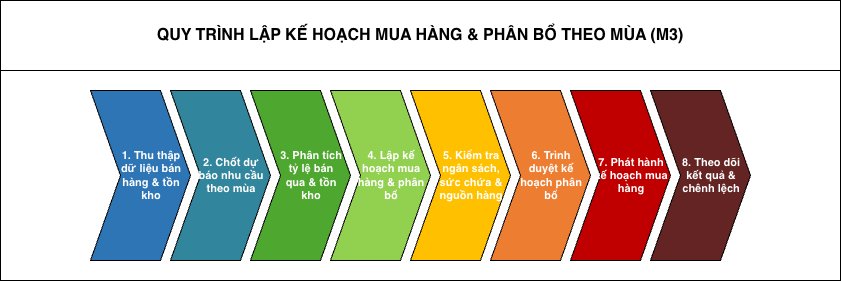
The draw.io diagram docs/workspaces/NguyenCongHung/svg/bpmn-chevron-m3.drawio.png in anthinh-io/bpm-acfc-vietnam-analysis, before a commit. Source tidied: cells renumbered, new cells last; positions are measured from the earlier drawing's top-left corner, leaving out a move shared by most shapes. The source it was exported from:
```xml
<mxGraphModel>
  <root>
    <mxCell id="0" />
    <mxCell id="1" parent="0" />
    <mxCell id="2" value="QUY TRÌNH LẬP KẾ HOẠCH MUA HÀNG &amp; PHÂN BỔ THEO MÙA (M3)" style="rounded=0;whiteSpace=wrap;html=1;align=center;verticalAlign=middle;fontSize=16;fontStyle=1;fontColor=#000000;" parent="1" vertex="1">
      <mxGeometry width="840" height="70" as="geometry" />
    </mxCell>
    <mxCell id="3" style="rounded=0;whiteSpace=wrap;html=1;" parent="1" vertex="1">
      <mxGeometry y="70" width="840" height="210" as="geometry" />
    </mxCell>
    <mxCell id="4" value="1. Thu thập&lt;br&gt;dữ liệu bán&lt;br&gt;hàng &amp; tồn&lt;br&gt;kho" style="html=1;shadow=0;dashed=0;align=center;verticalAlign=middle;shape=mxgraph.arrows2.arrow;dy=0;dx=30;notch=30;whiteSpace=wrap;spacingLeft=22;fillColor=#2E75B6;strokeColor=#000000;fontColor=#ffffff;fontSize=11;fontStyle=1;" parent="1" vertex="1">
      <mxGeometry x="90" y="90" width="100" height="170" as="geometry" />
    </mxCell>
    <mxCell id="5" value="2. Chốt dự&lt;br&gt;báo nhu cầu&lt;br&gt;theo mùa" style="html=1;shadow=0;dashed=0;align=center;verticalAlign=middle;shape=mxgraph.arrows2.arrow;dy=0;dx=30;notch=30;whiteSpace=wrap;spacingLeft=22;fillColor=#31859C;strokeColor=#000000;fontColor=#ffffff;fontSize=11;fontStyle=1;" parent="1" vertex="1">
      <mxGeometry x="170" y="90" width="100" height="170" as="geometry" />
    </mxCell>
    <mxCell id="6" value="3. Phân tích&lt;br&gt;tỷ lệ bán&lt;br&gt;qua &amp; tồn&lt;br&gt;kho" style="html=1;shadow=0;dashed=0;align=center;verticalAlign=middle;shape=mxgraph.arrows2.arrow;dy=0;dx=30;notch=30;whiteSpace=wrap;spacingLeft=22;fillColor=#4EA72E;strokeColor=#000000;fontColor=#ffffff;fontSize=11;fontStyle=1;" parent="1" vertex="1">
      <mxGeometry x="250" y="90" width="100" height="170" as="geometry" />
    </mxCell>
    <mxCell id="7" value="4. Lập kế&lt;br&gt;hoạch mua&lt;br&gt;hàng &amp; phân&lt;br&gt;bổ" style="html=1;shadow=0;dashed=0;align=center;verticalAlign=middle;shape=mxgraph.arrows2.arrow;dy=0;dx=30;notch=30;whiteSpace=wrap;spacingLeft=22;fillColor=#92D050;strokeColor=#000000;fontColor=#ffffff;fontSize=11;fontStyle=1;" parent="1" vertex="1">
      <mxGeometry x="330" y="90" width="100" height="170" as="geometry" />
    </mxCell>
    <mxCell id="8" value="5. Kiểm tra&lt;br&gt;ngân sách,&lt;br&gt;sức chứa &amp;&lt;br&gt;nguồn hàng" style="html=1;shadow=0;dashed=0;align=center;verticalAlign=middle;shape=mxgraph.arrows2.arrow;dy=0;dx=30;notch=30;whiteSpace=wrap;spacingLeft=22;fillColor=#FFC000;strokeColor=#000000;fontColor=#ffffff;fontSize=11;fontStyle=1;" parent="1" vertex="1">
      <mxGeometry x="410" y="90" width="100" height="170" as="geometry" />
    </mxCell>
    <mxCell id="9" value="6. Trình&lt;br&gt;duyệt kế&lt;br&gt;hoạch phân&lt;br&gt;bổ" style="html=1;shadow=0;dashed=0;align=center;verticalAlign=middle;shape=mxgraph.arrows2.arrow;dy=0;dx=30;notch=30;whiteSpace=wrap;spacingLeft=22;fillColor=#ED7D31;strokeColor=#000000;fontColor=#ffffff;fontSize=11;fontStyle=1;" parent="1" vertex="1">
      <mxGeometry x="490" y="90" width="100" height="170" as="geometry" />
    </mxCell>
    <mxCell id="10" value="7. Phát hành&lt;br&gt;kế hoạch mua&lt;br&gt;hàng" style="html=1;shadow=0;dashed=0;align=center;verticalAlign=middle;shape=mxgraph.arrows2.arrow;dy=0;dx=30;notch=30;whiteSpace=wrap;spacingLeft=22;fillColor=#C00000;strokeColor=#000000;fontColor=#ffffff;fontSize=11;fontStyle=1;" parent="1" vertex="1">
      <mxGeometry x="570" y="90" width="100" height="170" as="geometry" />
    </mxCell>
    <mxCell id="11" value="8. Theo dõi&lt;br&gt;kết quả &amp;&lt;br&gt;chênh lệch" style="html=1;shadow=0;dashed=0;align=center;verticalAlign=middle;shape=mxgraph.arrows2.arrow;dy=0;dx=30;notch=30;whiteSpace=wrap;spacingLeft=22;fillColor=#632423;strokeColor=#000000;fontColor=#ffffff;fontSize=11;fontStyle=1;" parent="1" vertex="1">
      <mxGeometry x="650" y="90" width="100" height="170" as="geometry" />
    </mxCell>
  </root>
</mxGraphModel>
```
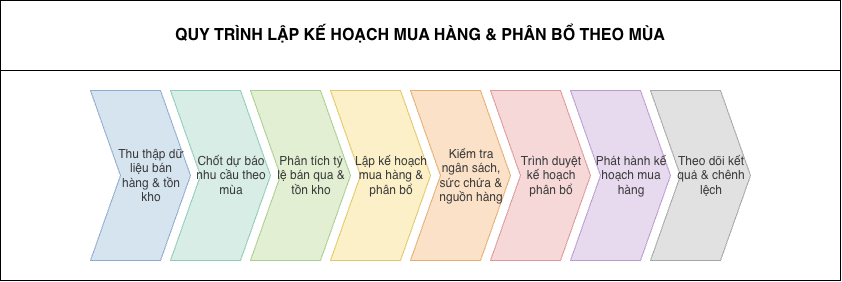
The same file after the commit.

Diff of the diagram source:
```diff
@@ -2,34 +2,34 @@
   <root>
     <mxCell id="0" />
     <mxCell id="1" parent="0" />
-    <mxCell id="2" value="QUY TRÌNH LẬP KẾ HOẠCH MUA HÀNG &amp; PHÂN BỔ THEO MÙA (M3)" style="rounded=0;whiteSpace=wrap;html=1;align=center;verticalAlign=middle;fontSize=16;fontStyle=1;fontColor=#000000;" parent="1" vertex="1">
+    <mxCell id="2" value="QUY TRÌNH LẬP KẾ HOẠCH MUA HÀNG &amp; PHÂN BỔ THEO MÙA" style="rounded=0;whiteSpace=wrap;html=1;align=center;verticalAlign=middle;fontSize=16;fontStyle=1;fontColor=#000000;" parent="1" vertex="1">
       <mxGeometry width="840" height="70" as="geometry" />
     </mxCell>
     <mxCell id="3" style="rounded=0;whiteSpace=wrap;html=1;" parent="1" vertex="1">
       <mxGeometry y="70" width="840" height="210" as="geometry" />
     </mxCell>
-    <mxCell id="4" value="1. Thu thập&lt;br&gt;dữ liệu bán&lt;br&gt;hàng &amp; tồn&lt;br&gt;kho" style="html=1;shadow=0;dashed=0;align=center;verticalAlign=middle;shape=mxgraph.arrows2.arrow;dy=0;dx=30;notch=30;whiteSpace=wrap;spacingLeft=22;fillColor=#2E75B6;strokeColor=#000000;fontColor=#ffffff;fontSize=11;fontStyle=1;" parent="1" vertex="1">
+    <mxCell id="4" value="Thu thập dữ&lt;br&gt;liệu bán&lt;br&gt;hàng &amp; tồn&lt;br&gt;kho" style="html=1;shadow=0;dashed=0;align=center;verticalAlign=middle;shape=mxgraph.arrows2.arrow;dy=0;dx=30;notch=30;whiteSpace=wrap;spacingLeft=22;fillColor=#D6E4F0;strokeColor=#8FAAD1;fontColor=#3B3B3B;fontSize=12;fontStyle=0;" parent="1" vertex="1">
       <mxGeometry x="90" y="90" width="100" height="170" as="geometry" />
     </mxCell>
-    <mxCell id="5" value="2. Chốt dự&lt;br&gt;báo nhu cầu&lt;br&gt;theo mùa" style="html=1;shadow=0;dashed=0;align=center;verticalAlign=middle;shape=mxgraph.arrows2.arrow;dy=0;dx=30;notch=30;whiteSpace=wrap;spacingLeft=22;fillColor=#31859C;strokeColor=#000000;fontColor=#ffffff;fontSize=11;fontStyle=1;" parent="1" vertex="1">
+    <mxCell id="5" value="Chốt dự báo&lt;br&gt;nhu cầu theo&lt;br&gt;mùa" style="html=1;shadow=0;dashed=0;align=center;verticalAlign=middle;shape=mxgraph.arrows2.arrow;dy=0;dx=30;notch=30;whiteSpace=wrap;spacingLeft=22;fillColor=#D7EDE6;strokeColor=#8FCBB8;fontColor=#3B3B3B;fontSize=12;fontStyle=0;" parent="1" vertex="1">
       <mxGeometry x="170" y="90" width="100" height="170" as="geometry" />
     </mxCell>
-    <mxCell id="6" value="3. Phân tích&lt;br&gt;tỷ lệ bán&lt;br&gt;qua &amp; tồn&lt;br&gt;kho" style="html=1;shadow=0;dashed=0;align=center;verticalAlign=middle;shape=mxgraph.arrows2.arrow;dy=0;dx=30;notch=30;whiteSpace=wrap;spacingLeft=22;fillColor=#4EA72E;strokeColor=#000000;fontColor=#ffffff;fontSize=11;fontStyle=1;" parent="1" vertex="1">
+    <mxCell id="6" value="Phân tích tỷ&lt;br&gt;lệ bán qua &amp;&lt;br&gt;tồn kho" style="html=1;shadow=0;dashed=0;align=center;verticalAlign=middle;shape=mxgraph.arrows2.arrow;dy=0;dx=30;notch=30;whiteSpace=wrap;spacingLeft=22;fillColor=#E3EFD3;strokeColor=#A9CC8F;fontColor=#3B3B3B;fontSize=12;fontStyle=0;" parent="1" vertex="1">
       <mxGeometry x="250" y="90" width="100" height="170" as="geometry" />
     </mxCell>
-    <mxCell id="7" value="4. Lập kế&lt;br&gt;hoạch mua&lt;br&gt;hàng &amp; phân&lt;br&gt;bổ" style="html=1;shadow=0;dashed=0;align=center;verticalAlign=middle;shape=mxgraph.arrows2.arrow;dy=0;dx=30;notch=30;whiteSpace=wrap;spacingLeft=22;fillColor=#92D050;strokeColor=#000000;fontColor=#ffffff;fontSize=11;fontStyle=1;" parent="1" vertex="1">
+    <mxCell id="7" value="Lập kế hoạch&lt;br&gt;mua hàng &amp;&lt;br&gt;phân bổ" style="html=1;shadow=0;dashed=0;align=center;verticalAlign=middle;shape=mxgraph.arrows2.arrow;dy=0;dx=30;notch=30;whiteSpace=wrap;spacingLeft=22;fillColor=#FBF0C7;strokeColor=#E2C766;fontColor=#3B3B3B;fontSize=12;fontStyle=0;" parent="1" vertex="1">
       <mxGeometry x="330" y="90" width="100" height="170" as="geometry" />
     </mxCell>
-    <mxCell id="8" value="5. Kiểm tra&lt;br&gt;ngân sách,&lt;br&gt;sức chứa &amp;&lt;br&gt;nguồn hàng" style="html=1;shadow=0;dashed=0;align=center;verticalAlign=middle;shape=mxgraph.arrows2.arrow;dy=0;dx=30;notch=30;whiteSpace=wrap;spacingLeft=22;fillColor=#FFC000;strokeColor=#000000;fontColor=#ffffff;fontSize=11;fontStyle=1;" parent="1" vertex="1">
+    <mxCell id="8" value="Kiểm tra&lt;br&gt;ngân sách,&lt;br&gt;sức chứa &amp;&lt;br&gt;nguồn hàng" style="html=1;shadow=0;dashed=0;align=center;verticalAlign=middle;shape=mxgraph.arrows2.arrow;dy=0;dx=30;notch=30;whiteSpace=wrap;spacingLeft=22;fillColor=#FBE1C7;strokeColor=#E6AD70;fontColor=#3B3B3B;fontSize=12;fontStyle=0;" parent="1" vertex="1">
       <mxGeometry x="410" y="90" width="100" height="170" as="geometry" />
     </mxCell>
-    <mxCell id="9" value="6. Trình&lt;br&gt;duyệt kế&lt;br&gt;hoạch phân&lt;br&gt;bổ" style="html=1;shadow=0;dashed=0;align=center;verticalAlign=middle;shape=mxgraph.arrows2.arrow;dy=0;dx=30;notch=30;whiteSpace=wrap;spacingLeft=22;fillColor=#ED7D31;strokeColor=#000000;fontColor=#ffffff;fontSize=11;fontStyle=1;" parent="1" vertex="1">
+    <mxCell id="9" value="Trình duyệt&lt;br&gt;kế hoạch&lt;br&gt;phân bổ" style="html=1;shadow=0;dashed=0;align=center;verticalAlign=middle;shape=mxgraph.arrows2.arrow;dy=0;dx=30;notch=30;whiteSpace=wrap;spacingLeft=22;fillColor=#F6D8D8;strokeColor=#DE9797;fontColor=#3B3B3B;fontSize=12;fontStyle=0;" parent="1" vertex="1">
       <mxGeometry x="490" y="90" width="100" height="170" as="geometry" />
     </mxCell>
-    <mxCell id="10" value="7. Phát hành&lt;br&gt;kế hoạch mua&lt;br&gt;hàng" style="html=1;shadow=0;dashed=0;align=center;verticalAlign=middle;shape=mxgraph.arrows2.arrow;dy=0;dx=30;notch=30;whiteSpace=wrap;spacingLeft=22;fillColor=#C00000;strokeColor=#000000;fontColor=#ffffff;fontSize=11;fontStyle=1;" parent="1" vertex="1">
+    <mxCell id="10" value="Phát hành kế&lt;br&gt;hoạch mua&lt;br&gt;hàng" style="html=1;shadow=0;dashed=0;align=center;verticalAlign=middle;shape=mxgraph.arrows2.arrow;dy=0;dx=30;notch=30;whiteSpace=wrap;spacingLeft=22;fillColor=#E7DAEF;strokeColor=#B99BD1;fontColor=#3B3B3B;fontSize=12;fontStyle=0;" parent="1" vertex="1">
       <mxGeometry x="570" y="90" width="100" height="170" as="geometry" />
     </mxCell>
-    <mxCell id="11" value="8. Theo dõi&lt;br&gt;kết quả &amp;&lt;br&gt;chênh lệch" style="html=1;shadow=0;dashed=0;align=center;verticalAlign=middle;shape=mxgraph.arrows2.arrow;dy=0;dx=30;notch=30;whiteSpace=wrap;spacingLeft=22;fillColor=#632423;strokeColor=#000000;fontColor=#ffffff;fontSize=11;fontStyle=1;" parent="1" vertex="1">
+    <mxCell id="11" value="Theo dõi kết&lt;br&gt;quả &amp; chênh&lt;br&gt;lệch" style="html=1;shadow=0;dashed=0;align=center;verticalAlign=middle;shape=mxgraph.arrows2.arrow;dy=0;dx=30;notch=30;whiteSpace=wrap;spacingLeft=22;fillColor=#E1E1E1;strokeColor=#A6A6A6;fontColor=#3B3B3B;fontSize=12;fontStyle=0;" parent="1" vertex="1">
       <mxGeometry x="650" y="90" width="100" height="170" as="geometry" />
     </mxCell>
   </root>
```
